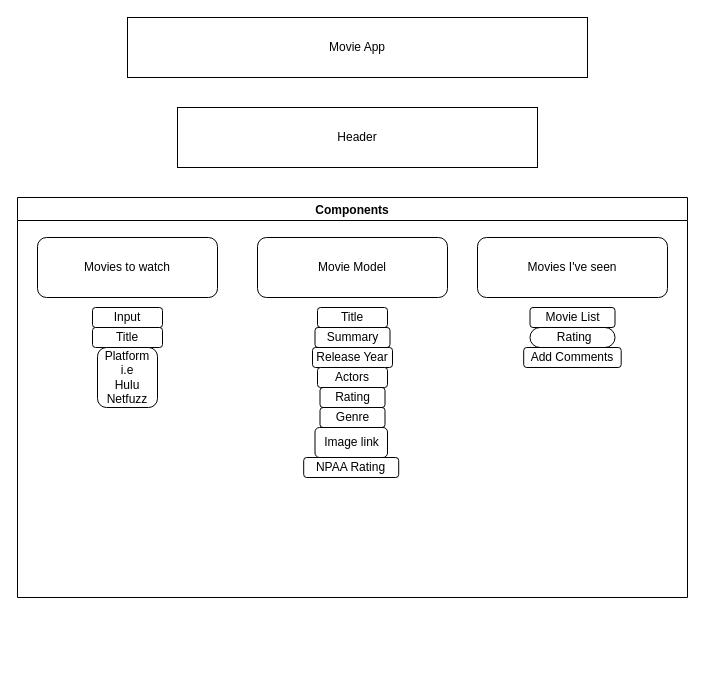
Before: Folder/Untitled Diagram.drawio in robertlongmendez/MovieAppDiagram, a draw.io diagram. Source tidied: cells renumbered, new cells numbered last; positions are measured from the earlier drawing's top-left corner, leaving out a move shared by most shapes. Both pictures are drawn from the tidied source at 100%, with x=0, y=0 at pixel (17, 17).
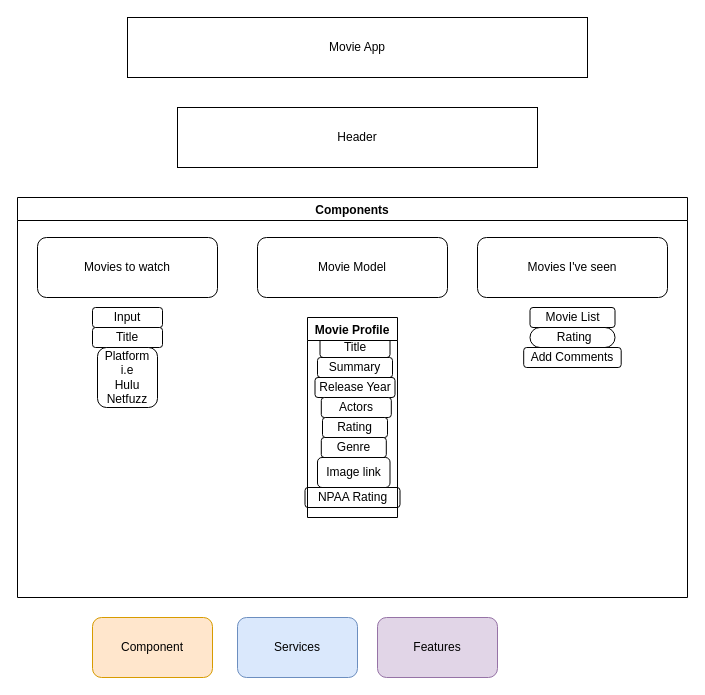
The same diagram, later.

The change refers to these unchanged cells:
```xml
<mxCell id="4" value="Components" style="swimlane;" parent="1" vertex="1">
  <mxGeometry y="180" width="670" height="400" as="geometry" />
</mxCell>
```

Change to the diagram source:
```diff
@@
     <mxCell id="5" value="Title" style="rounded=1;whiteSpace=wrap;html=1;" parent="4" vertex="1">
-      <mxGeometry x="300" y="110" width="70" height="20" as="geometry" />
+      <mxGeometry x="302.5" y="140" width="70" height="20" as="geometry" />
     </mxCell>
@@
     <mxCell id="9" value="Summary" style="rounded=1;whiteSpace=wrap;html=1;" parent="4" vertex="1">
-      <mxGeometry x="297.5" y="130" width="75" height="20" as="geometry" />
+      <mxGeometry x="300" y="160" width="75" height="20" as="geometry" />
     </mxCell>
     <mxCell id="10" value="Release Year" style="rounded=1;whiteSpace=wrap;html=1;" parent="4" vertex="1">
-      <mxGeometry x="295" y="150" width="80" height="20" as="geometry" />
+      <mxGeometry x="297.5" y="180" width="80" height="20" as="geometry" />
     </mxCell>
     <mxCell id="11" value="Actors" style="rounded=1;whiteSpace=wrap;html=1;" parent="4" vertex="1">
-      <mxGeometry x="300" y="170" width="70" height="20" as="geometry" />
+      <mxGeometry x="303.8" y="200" width="70" height="20" as="geometry" />
     </mxCell>
     <mxCell id="12" value="Rating" style="rounded=1;whiteSpace=wrap;html=1;" parent="4" vertex="1">
-      <mxGeometry x="302.5" y="190" width="65" height="20" as="geometry" />
+      <mxGeometry x="305" y="220" width="65" height="20" as="geometry" />
     </mxCell>
     <mxCell id="13" value="Genre" style="rounded=1;whiteSpace=wrap;html=1;" parent="4" vertex="1">
-      <mxGeometry x="302.5" y="210" width="65" height="20" as="geometry" />
+      <mxGeometry x="303.8" y="240" width="65" height="20" as="geometry" />
     </mxCell>
@@
     <mxCell id="15" value="Image link" style="rounded=1;whiteSpace=wrap;html=1;" parent="4" vertex="1">
-      <mxGeometry x="297.5" y="230" width="72.5" height="30" as="geometry" />
+      <mxGeometry x="300" y="260" width="72.5" height="30" as="geometry" />
     </mxCell>
@@
     <mxCell id="20" value="NPAA Rating" style="rounded=1;whiteSpace=wrap;html=1;" parent="4" vertex="1">
-      <mxGeometry x="286.2" y="260" width="95" height="20" as="geometry" />
+      <mxGeometry x="287.5" y="290" width="95" height="20" as="geometry" />
     </mxCell>
@@
+    <mxCell id="22" value="Movie Profile" style="swimlane;" parent="4" vertex="1">
+      <mxGeometry x="290" y="120" width="90" height="200" as="geometry" />
+    </mxCell>
+    <mxCell id="23" value="Services" style="rounded=1;whiteSpace=wrap;html=1;fillColor=#dae8fc;strokeColor=#6c8ebf;" parent="1" vertex="1">
+      <mxGeometry x="220" y="600" width="120" height="60" as="geometry" />
+    </mxCell>
+    <mxCell id="24" value="Component" style="rounded=1;whiteSpace=wrap;html=1;fillColor=#ffe6cc;strokeColor=#d79b00;" parent="1" vertex="1">
+      <mxGeometry x="75" y="600" width="120" height="60" as="geometry" />
+    </mxCell>
+    <mxCell id="25" value="Features" style="rounded=1;whiteSpace=wrap;html=1;fillColor=#e1d5e7;strokeColor=#9673a6;" parent="1" vertex="1">
+      <mxGeometry x="360" y="600" width="120" height="60" as="geometry" />
+    </mxCell>
```
